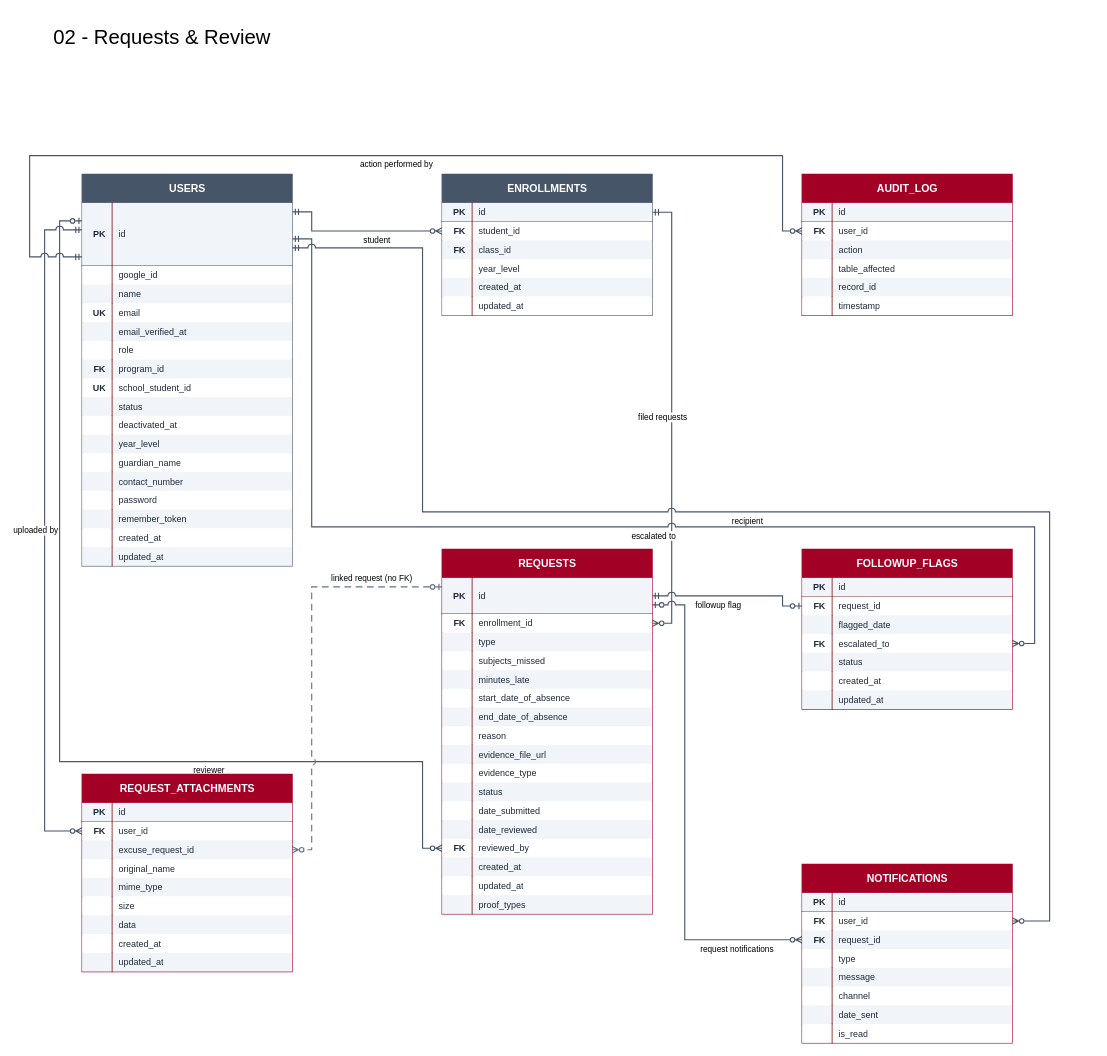
Earlier version of the draw.io diagram page "02 - Requests & Review" (2 of 3) of backend/ERD.drawio (maki-sushi-distro/Absenteeism-Late-Report-and-Excuse-Letter-Management-Process-ALRM). Source tidied: cells renumbered, new cells numbered last; positions are measured from the earlier drawing's top-left corner, leaving out a move shared by most shapes. Both pictures are drawn from the tidied source at 75%, with x=0, y=0 at pixel (29, 13).
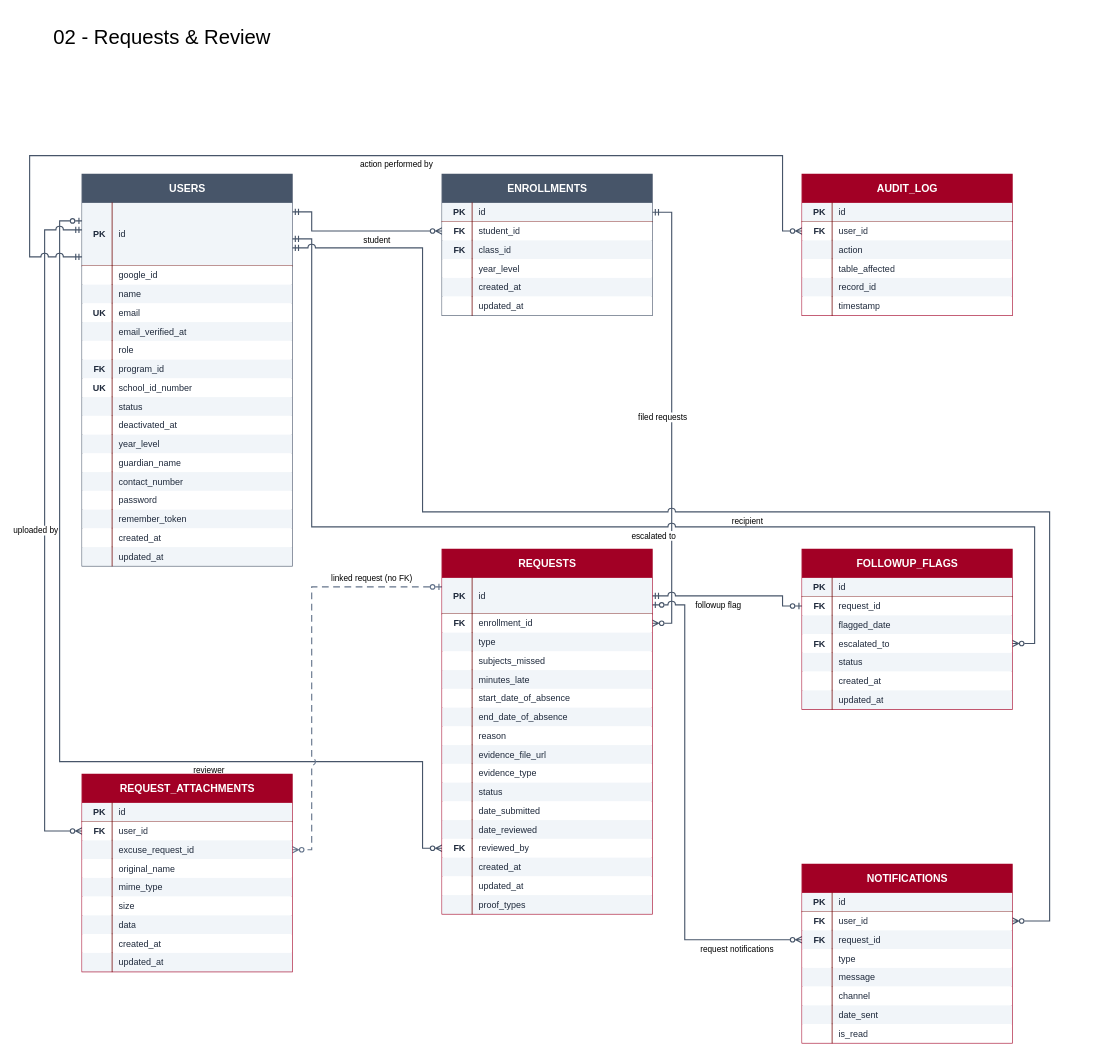
The same diagram, later.

The change refers to these unchanged cells:
```xml
<mxCell id="35" style="group;" parent="13" vertex="1">
  <mxGeometry y="272" width="280" height="25" as="geometry" />
</mxCell>
```

Diff of the diagram source:
```diff
@@
-    <mxCell id="37" value="school_student_id" style="text;html=1;whiteSpace=wrap;overflow=hidden;verticalAlign=middle;spacingLeft=7;fontFamily=Helvetica;fillColor=#ffffff;fontColor=#1e293b;shape=partialRectangle;left=1;right=0;top=0;bottom=0;strokeColor=#6F0000;strokeWidth=1;align=left;fontSize=12;" parent="35" vertex="1">
-      <mxGeometry x="40" width="240" height="25" as="geometry" />
-    </mxCell>
+    <mxCell id="230" value="school_id_number" style="text;html=1;whiteSpace=wrap;overflow=hidden;verticalAlign=middle;spacingLeft=7;fontFamily=Helvetica;fillColor=#ffffff;fontColor=#1e293b;shape=partialRectangle;left=1;right=0;top=0;bottom=0;strokeColor=#6F0000;strokeWidth=1;align=left;fontSize=12;" parent="35" vertex="1">
+      <mxGeometry x="40" width="240" height="25" as="geometry" />
+    </mxCell>
```
